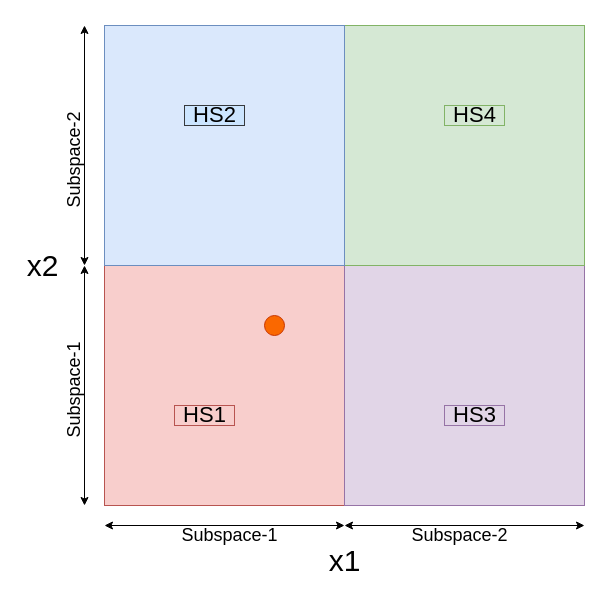
ShivaprasadNadagoudr/distributed-safe-bo keeps this draw.io diagram as page "Page-3" (3 of 7) of drawings/dbo_hyperspace.drawio. Above is the earlier version. Source tidied: cells renumbered, new cells numbered last; positions are measured from the earlier drawing's top-left corner, leaving out a move shared by most shapes. Both pictures are drawn from the tidied source at 100%, with x=0, y=0 at pixel (14, 25).
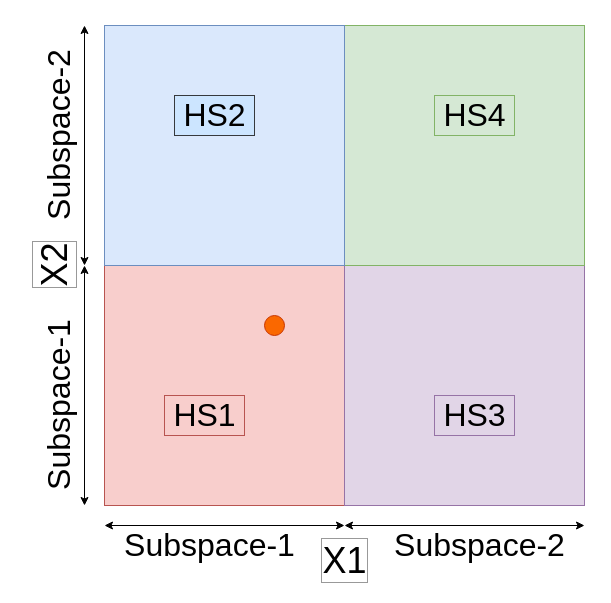
The same page after the edit.

Change to the diagram source:
```diff
@@
-    <mxCell id="6" value="&lt;font style=&quot;font-size: 30px&quot;&gt;x1&lt;/font&gt;" style="text;html=1;align=center;verticalAlign=middle;strokeColor=none;fillColor=none;" parent="1" vertex="1">
-      <mxGeometry x="305" y="520" width="50" height="30" as="geometry" />
-    </mxCell>
-    <mxCell id="7" value="&lt;font style=&quot;font-size: 30px&quot;&gt;x2&lt;/font&gt;" style="text;html=1;align=center;verticalAlign=middle;strokeColor=none;fillColor=none;" parent="1" vertex="1">
-      <mxGeometry x="3" y="225" width="50" height="30" as="geometry" />
-    </mxCell>
@@
-    <mxCell id="12" value="&lt;font style=&quot;font-size: 18px&quot;&gt;Subspace-1&lt;/font&gt;" style="text;html=1;align=center;verticalAlign=middle;strokeColor=none;fillColor=none;fontSize=30;" parent="1" vertex="1">
-      <mxGeometry x="160" y="480" width="110" height="50" as="geometry" />
-    </mxCell>
-    <mxCell id="13" value="&lt;font style=&quot;font-size: 18px&quot;&gt;Subspace-2&lt;/font&gt;" style="text;html=1;align=center;verticalAlign=middle;strokeColor=none;fillColor=none;fontSize=30;" parent="1" vertex="1">
-      <mxGeometry x="390" y="480" width="110" height="50" as="geometry" />
-    </mxCell>
-    <mxCell id="14" value="&lt;font style=&quot;font-size: 18px&quot;&gt;Subspace-1&lt;/font&gt;" style="text;html=1;align=center;verticalAlign=middle;strokeColor=none;fillColor=none;fontSize=30;rotation=270;" parent="1" vertex="1">
-      <mxGeometry y="340" width="110" height="50" as="geometry" />
-    </mxCell>
-    <mxCell id="15" value="&lt;font style=&quot;font-size: 18px&quot;&gt;Subspace-2&lt;/font&gt;" style="text;html=1;align=center;verticalAlign=middle;strokeColor=none;fillColor=none;fontSize=30;rotation=270;" parent="1" vertex="1">
-      <mxGeometry y="110" width="110" height="50" as="geometry" />
-    </mxCell>
@@
+    <mxCell id="21" value="&lt;font style=&quot;font-size: 36px;&quot;&gt;X1&lt;/font&gt;" style="text;html=1;align=center;verticalAlign=middle;strokeColor=none;fillColor=none;fontSize=36;labelBorderColor=#999999;" parent="1" vertex="1">
+      <mxGeometry x="300" y="510" width="60" height="50" as="geometry" />
+    </mxCell>
+    <mxCell id="22" value="&lt;font style=&quot;font-size: 36px;&quot;&gt;X2&lt;/font&gt;" style="text;html=1;align=center;verticalAlign=middle;strokeColor=none;fillColor=none;rotation=270;fontSize=36;labelBackgroundColor=none;labelBorderColor=#999999;" parent="1" vertex="1">
+      <mxGeometry x="10" y="215" width="60" height="50" as="geometry" />
+    </mxCell>
+    <mxCell id="23" value="&lt;font style=&quot;font-size: 32px;&quot;&gt;Subspace-1&lt;/font&gt;" style="text;html=1;align=center;verticalAlign=middle;strokeColor=none;fillColor=none;fontSize=32;" parent="1" vertex="1">
+      <mxGeometry x="100" y="500" width="190" height="40" as="geometry" />
+    </mxCell>
+    <mxCell id="24" value="&lt;font style=&quot;font-size: 32px;&quot;&gt;Subspace-2&lt;/font&gt;" style="text;html=1;align=center;verticalAlign=middle;strokeColor=none;fillColor=none;fontSize=32;" parent="1" vertex="1">
+      <mxGeometry x="370" y="500" width="190" height="40" as="geometry" />
+    </mxCell>
+    <mxCell id="25" value="&lt;font style=&quot;font-size: 32px;&quot;&gt;Subspace-1&lt;/font&gt;" style="text;html=1;align=center;verticalAlign=middle;strokeColor=none;fillColor=none;fontSize=32;rotation=270;" parent="1" vertex="1">
+      <mxGeometry x="-50" y="360" width="190" height="40" as="geometry" />
+    </mxCell>
+    <mxCell id="26" value="&lt;font style=&quot;font-size: 32px;&quot;&gt;Subspace-2&lt;/font&gt;" style="text;html=1;align=center;verticalAlign=middle;strokeColor=none;fillColor=none;fontSize=32;rotation=270;" parent="1" vertex="1">
+      <mxGeometry x="-50" y="90" width="190" height="40" as="geometry" />
+    </mxCell>
-    <mxCell id="17" value="&lt;font style=&quot;font-size: 22px&quot;&gt;HS1&lt;/font&gt;" style="text;html=1;align=center;verticalAlign=middle;strokeColor=#b85450;fillColor=#f8cecc;" parent="1" vertex="1">
-      <mxGeometry x="160" y="380" width="60" height="20" as="geometry" />
+    <mxCell id="17" value="&lt;font style=&quot;font-size: 32px;&quot;&gt;HS1&lt;/font&gt;" style="text;html=1;align=center;verticalAlign=middle;strokeColor=#b85450;fillColor=#f8cecc;fontSize=32;" parent="1" vertex="1">
+      <mxGeometry x="150" y="370" width="80" height="40" as="geometry" />
     </mxCell>
-    <mxCell id="18" value="&lt;font style=&quot;font-size: 22px&quot;&gt;HS2&lt;/font&gt;" style="text;html=1;align=center;verticalAlign=middle;strokeColor=#36393d;fillColor=#cce5ff;" parent="1" vertex="1">
-      <mxGeometry x="170" y="80" width="60" height="20" as="geometry" />
+    <mxCell id="18" value="&lt;font style=&quot;font-size: 32px;&quot;&gt;HS2&lt;/font&gt;" style="text;html=1;align=center;verticalAlign=middle;strokeColor=#36393d;fillColor=#cce5ff;fontSize=32;" parent="1" vertex="1">
+      <mxGeometry x="160" y="70" width="80" height="40" as="geometry" />
     </mxCell>
-    <mxCell id="19" value="&lt;font style=&quot;font-size: 22px&quot;&gt;HS3&lt;/font&gt;" style="text;html=1;align=center;verticalAlign=middle;strokeColor=#9673a6;fillColor=#e1d5e7;" parent="1" vertex="1">
-      <mxGeometry x="430" y="380" width="60" height="20" as="geometry" />
+    <mxCell id="19" value="&lt;font style=&quot;font-size: 32px;&quot;&gt;HS3&lt;/font&gt;" style="text;html=1;align=center;verticalAlign=middle;strokeColor=#9673a6;fillColor=#e1d5e7;fontSize=32;" parent="1" vertex="1">
+      <mxGeometry x="420" y="370" width="80" height="40" as="geometry" />
     </mxCell>
-    <mxCell id="20" value="&lt;font style=&quot;font-size: 22px&quot;&gt;HS4&lt;/font&gt;" style="text;html=1;align=center;verticalAlign=middle;strokeColor=#82b366;fillColor=#d5e8d4;" parent="1" vertex="1">
-      <mxGeometry x="430" y="80" width="60" height="20" as="geometry" />
+    <mxCell id="20" value="&lt;font style=&quot;font-size: 32px;&quot;&gt;HS4&lt;/font&gt;" style="text;html=1;align=center;verticalAlign=middle;strokeColor=#82b366;fillColor=#d5e8d4;fontSize=32;" parent="1" vertex="1">
+      <mxGeometry x="420" y="70" width="80" height="40" as="geometry" />
     </mxCell>
```
